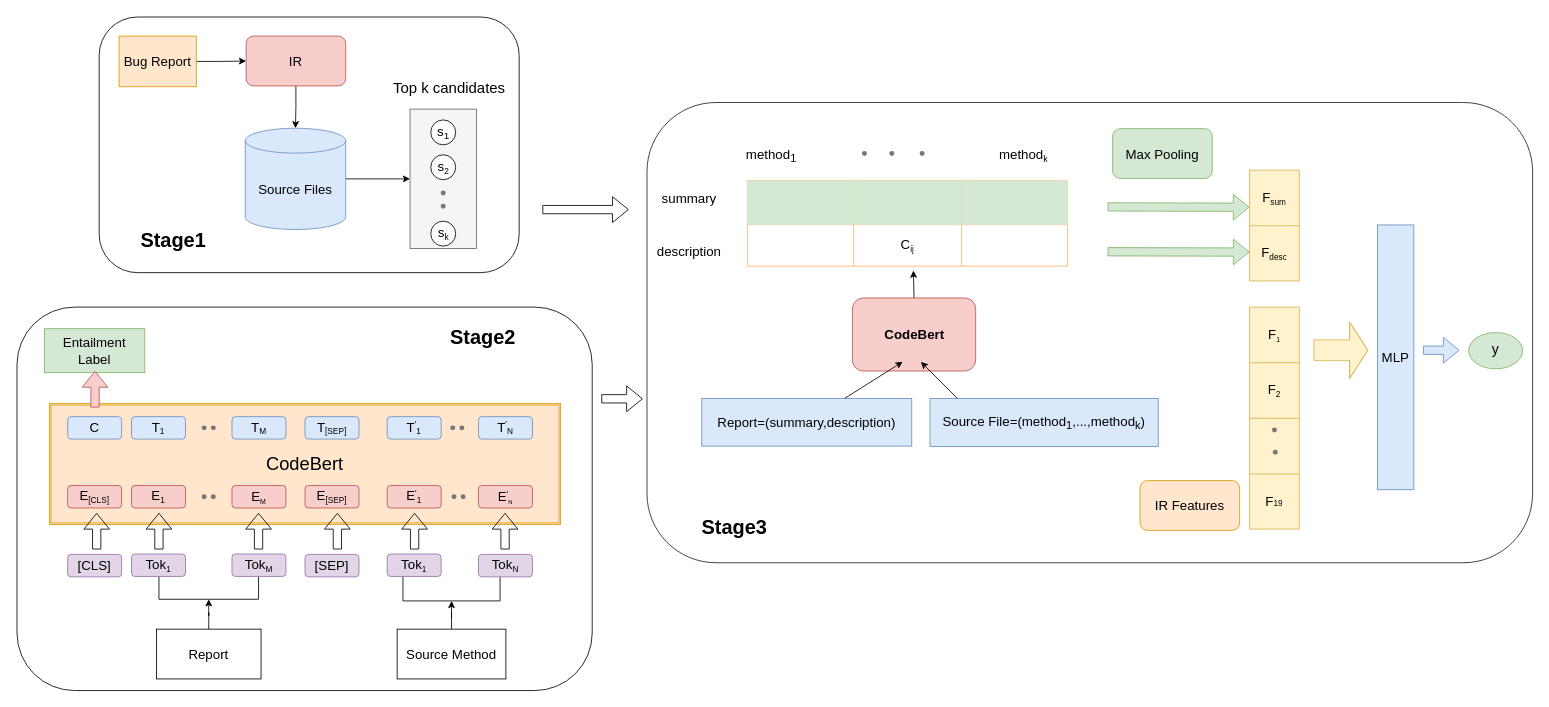
The draw.io diagram Untitled Diagram.drawio in hangdj/BERT-PLI-IJCAI2020, before the edit. Source tidied: cells renumbered, new cells numbered last; positions are measured from the earlier drawing's top-left corner, leaving out a move shared by most shapes. Both pictures are drawn from the tidied source at 83%, with x=0, y=0 at pixel (17, 17).
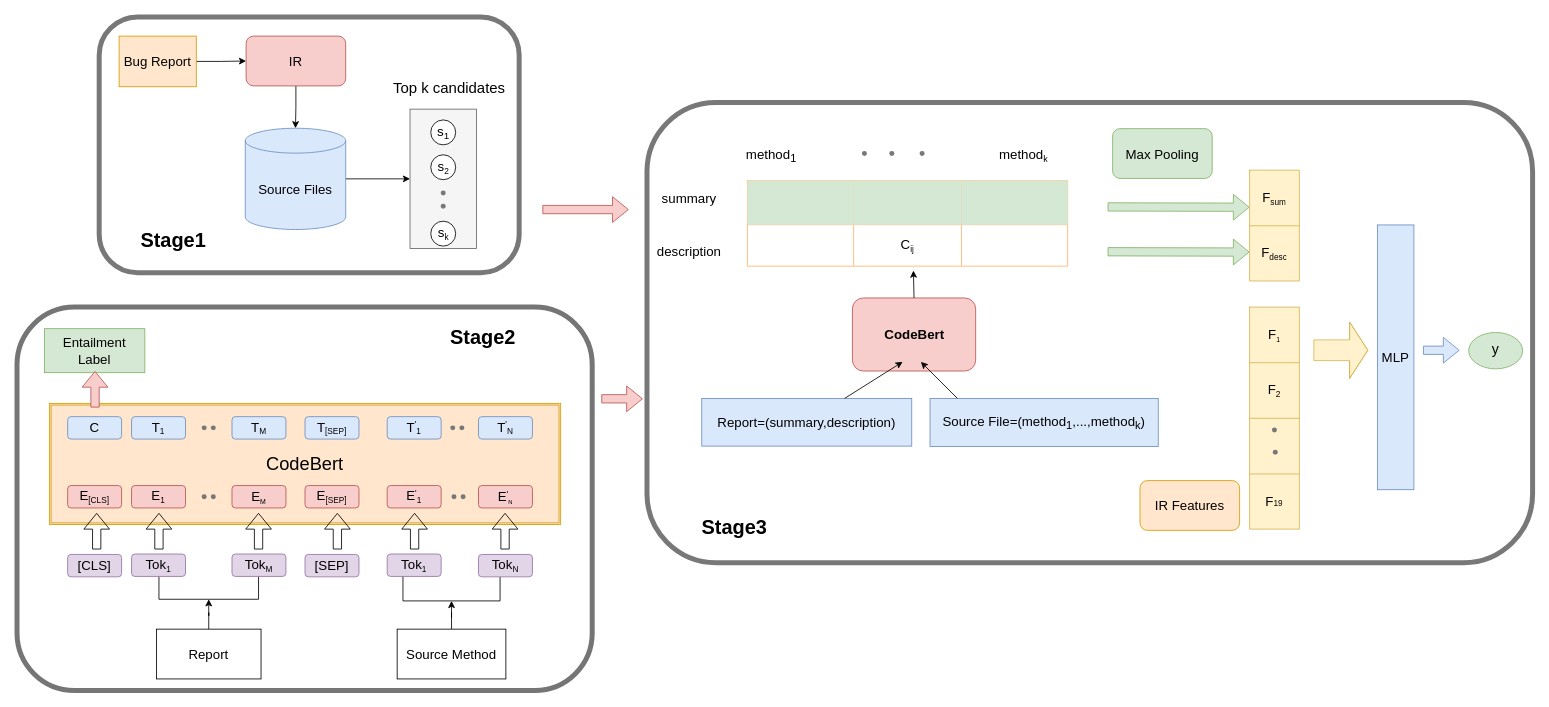
Above is the later version.

Change to the diagram source:
```diff
@@
-    <mxCell id="2" style="rounded=1;whiteSpace=wrap;html=1;comic=0;strokeWidth=1;strokeColor=#1F1F1F;" parent="1" vertex="1">
+    <mxCell id="2" style="rounded=1;whiteSpace=wrap;html=1;comic=0;strokeWidth=6;strokeColor=#787878;" parent="1" vertex="1">
       <mxGeometry x="759" y="103" width="1067" height="554.5" as="geometry" />
     </mxCell>
-    <mxCell id="3" style="rounded=1;whiteSpace=wrap;html=1;strokeWidth=1;" parent="1" vertex="1">
+    <mxCell id="3" style="rounded=1;whiteSpace=wrap;html=1;strokeWidth=6;strokeColor=#787878;" parent="1" vertex="1">
       <mxGeometry x="99" width="506" height="308" as="geometry" />
     </mxCell>
-    <mxCell id="4" style="rounded=1;whiteSpace=wrap;html=1;strokeWidth=1;" parent="1" vertex="1">
+    <mxCell id="4" style="rounded=1;whiteSpace=wrap;html=1;strokeWidth=6;strokeColor=#757575;" parent="1" vertex="1">
       <mxGeometry y="349.5" width="693" height="462" as="geometry" />
     </mxCell>
@@
-    <mxCell id="99" style="shape=flexArrow;endArrow=classic;html=1;" parent="1" edge="1">
+    <mxCell id="99" style="shape=flexArrow;endArrow=classic;html=1;fillColor=#f8cecc;strokeColor=#b85450;" parent="1" edge="1">
       <mxGeometry relative="1" as="geometry">
         <mxPoint x="633" y="232" as="sourcePoint" />
         <mxPoint x="737" y="232" as="targetPoint" />
       </mxGeometry>
     </mxCell>
-    <mxCell id="100" style="shape=flexArrow;endArrow=classic;html=1;" parent="1" edge="1">
+    <mxCell id="100" style="shape=flexArrow;endArrow=classic;html=1;fillColor=#f8cecc;strokeColor=#b85450;" parent="1" edge="1">
       <mxGeometry relative="1" as="geometry">
         <mxPoint x="704" y="460" as="sourcePoint" />
         <mxPoint x="754" y="460" as="targetPoint" />
       </mxGeometry>
     </mxCell>
```
